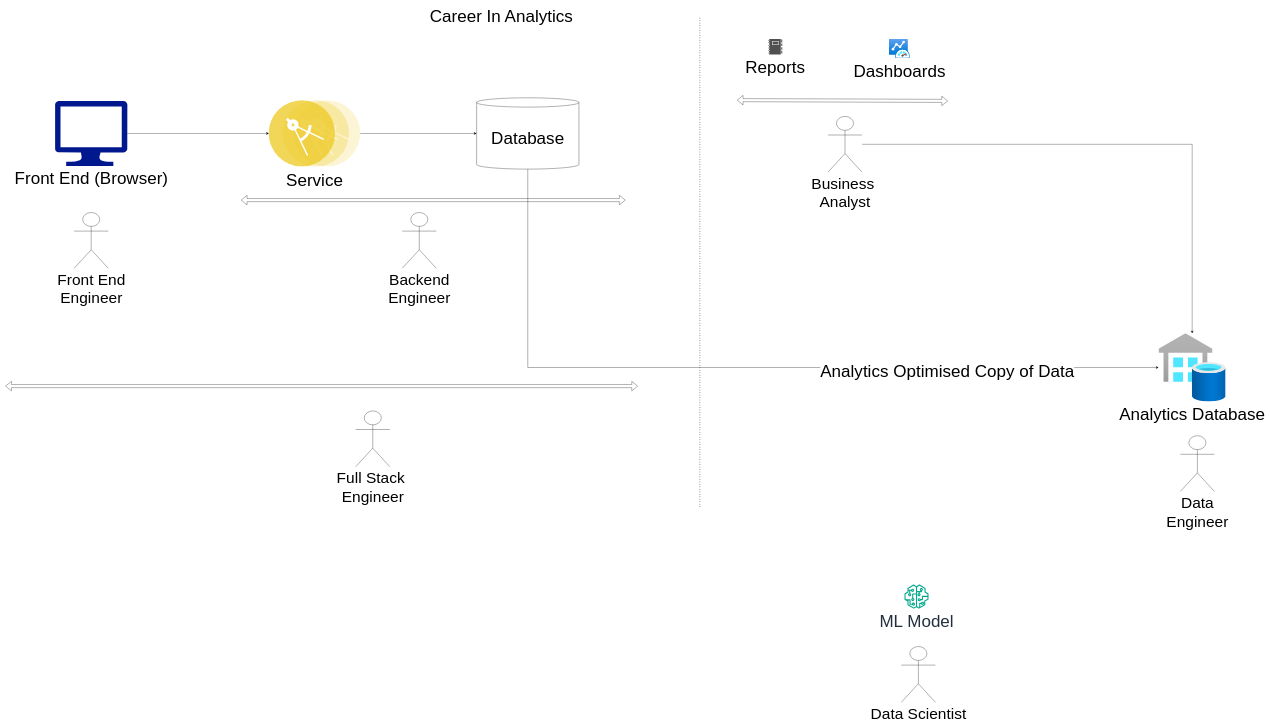
Earlier version of the draw.io diagram page "Presentation" (1 of 2) of talks/iit-b/Career In Analytics.drawio (aTechGuide/draw.io). Source tidied: cells renumbered, new cells numbered last; positions are measured from the earlier drawing's top-left corner, leaving out a move shared by most shapes. Both pictures are drawn from the tidied source at 31%, with x=0, y=0 at pixel (5, 11).
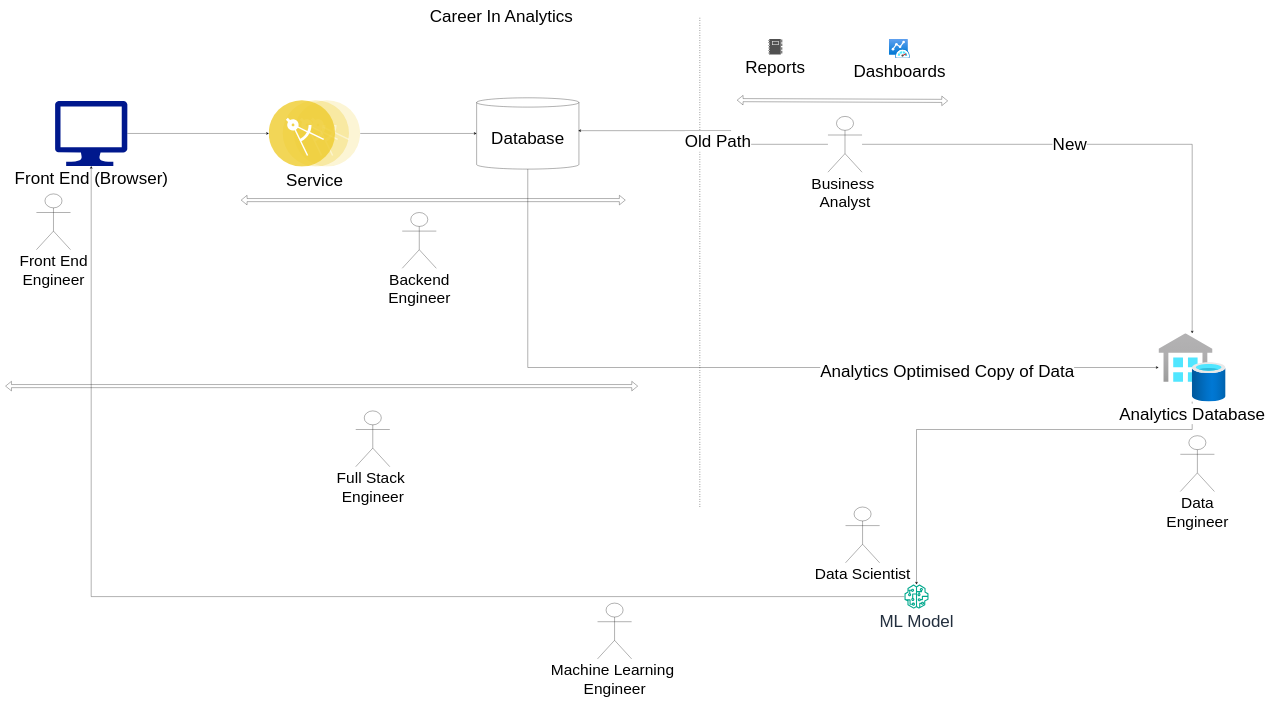
Above is the later version.

Unchanged cells that the change refers to:
```xml
<mxCell id="4" value="&lt;font style=&quot;font-size: 55px;&quot;&gt;Front End (Browser)&lt;/font&gt;" style="sketch=0;shadow=0;dashed=0;html=1;strokeColor=none;labelPosition=center;verticalLabelPosition=bottom;verticalAlign=top;align=center;fillColor=#00188D;shape=mxgraph.azure.computer;" parent="1" vertex="1">
  <mxGeometry x="160" y="290" width="233.3" height="210" as="geometry" />
</mxCell>
<mxCell id="8" value="&lt;font style=&quot;font-size: 55px;&quot;&gt;Database&lt;/font&gt;" style="shape=cylinder3;whiteSpace=wrap;html=1;boundedLbl=1;backgroundOutline=1;size=15;" parent="1" vertex="1">
  <mxGeometry x="1520" y="280" width="330" height="230" as="geometry" />
</mxCell>
<mxCell id="9" value="&lt;font style=&quot;font-size: 55px;&quot;&gt;Analytics Database&lt;/font&gt;" style="image;html=1;points=[];align=center;fontSize=12;image=img/lib/azure2/databases/SQL_Data_Warehouses.svg;" parent="1" vertex="1">
  <mxGeometry x="3720" y="1040" width="216.6" height="220" as="geometry" />
</mxCell>
<mxCell id="20" value="&lt;font style=&quot;font-size: 50px;&quot;&gt;Business&amp;nbsp;&lt;br&gt;Analyst&lt;br&gt;&lt;/font&gt;" style="shape=umlActor;verticalLabelPosition=bottom;verticalAlign=top;html=1;outlineConnect=0;" parent="1" vertex="1">
  <mxGeometry x="2653.3" y="340" width="110" height="180" as="geometry" />
</mxCell>
<mxCell id="22" value="&lt;font style=&quot;font-size: 55px;&quot;&gt;ML Model&lt;/font&gt;" style="sketch=0;outlineConnect=0;fontColor=#232F3E;gradientColor=none;fillColor=#01A88D;strokeColor=none;dashed=0;verticalLabelPosition=bottom;verticalAlign=top;align=center;html=1;fontSize=12;fontStyle=0;shape=mxgraph.aws4.sagemaker_model;" parent="1" vertex="1">
  <mxGeometry x="2900" y="1850" width="78" height="78" as="geometry" />
</mxCell>
```

Diff of the diagram source:
```diff
@@
+    <mxCell id="24" style="edgeStyle=orthogonalEdgeStyle;rounded=0;jettySize=auto;html=1;" parent="1" edge="1" source="9" target="22">
+      <mxGeometry relative="1" as="geometry">
+        <Array as="points">
+          <mxPoint x="3828" y="1350" />
+          <mxPoint x="2939" y="1350" />
+        </Array>
+      </mxGeometry>
+    </mxCell>
@@
     <mxCell id="12" value="&lt;font style=&quot;font-size: 50px;&quot;&gt;Front End&lt;br&gt;Engineer&lt;br&gt;&lt;/font&gt;" style="shape=umlActor;verticalLabelPosition=bottom;verticalAlign=top;html=1;" parent="1" vertex="1">
-      <mxGeometry x="221.7" y="650" width="110" height="180" as="geometry" />
+      <mxGeometry x="100" y="590" width="110" height="180" as="geometry" />
     </mxCell>
@@
-    <mxCell id="19" style="edgeStyle=orthogonalEdgeStyle;rounded=0;jettySize=auto;html=1;" parent="1" edge="1" source="20" target="9">
-      <mxGeometry relative="1" as="geometry" />
+    <mxCell id="19" value="&lt;font style=&quot;font-size: 55px;&quot;&gt;New&lt;/font&gt;" style="edgeStyle=orthogonalEdgeStyle;rounded=0;jettySize=auto;html=1;" parent="1" edge="1" source="20" target="9">
+      <mxGeometry x="-0.2" relative="1" as="geometry" />
     </mxCell>
@@
+    <mxCell id="25" style="edgeStyle=orthogonalEdgeStyle;rounded=0;jettySize=auto;html=1;" parent="1" edge="1" source="22" target="4">
+      <mxGeometry relative="1" as="geometry" />
+    </mxCell>
@@
     <mxCell id="23" value="&lt;font style=&quot;font-size: 50px;&quot;&gt;Data Scientist&lt;br&gt;&lt;/font&gt;" style="shape=umlActor;verticalLabelPosition=bottom;verticalAlign=top;html=1;" parent="1" vertex="1">
-      <mxGeometry x="2890" y="2050" width="110" height="180" as="geometry" />
+      <mxGeometry x="2710" y="1600" width="110" height="180" as="geometry" />
     </mxCell>
+    <mxCell id="26" value="&lt;font style=&quot;font-size: 50px;&quot;&gt;Machine Learning&amp;nbsp;&lt;br&gt;Engineer&lt;br&gt;&lt;/font&gt;" style="shape=umlActor;verticalLabelPosition=bottom;verticalAlign=top;html=1;" parent="1" vertex="1">
+      <mxGeometry x="1910" y="1910" width="110" height="180" as="geometry" />
+    </mxCell>
+    <mxCell id="27" value="&lt;font style=&quot;font-size: 55px;&quot;&gt;Old Path&lt;/font&gt;" style="edgeStyle=orthogonalEdgeStyle;rounded=0;jettySize=auto;html=1;entryX=0.994;entryY=0.461;entryDx=0;entryDy=0;entryPerimeter=0;" parent="1" edge="1" source="20" target="8">
+      <mxGeometry x="-0.06" y="34" relative="1" as="geometry">
+        <Array as="points">
+          <mxPoint x="2340" y="430" />
+          <mxPoint x="2340" y="386" />
+        </Array>
+      </mxGeometry>
+    </mxCell>
```
